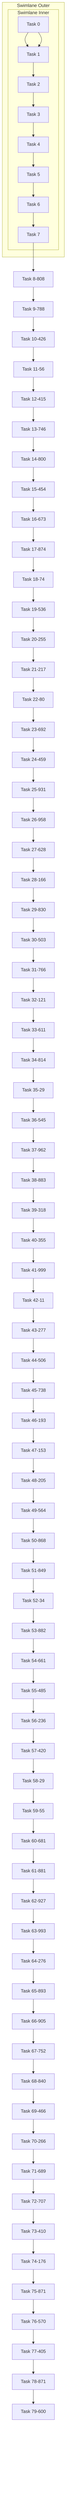
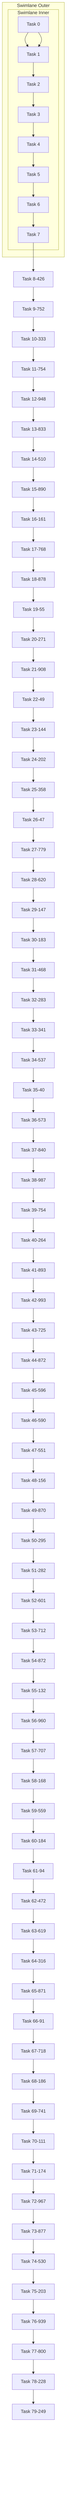
%% generated deterministic stress fixture
flowchart TD
  subgraph OUTER [Swimlane Outer]
    subgraph INNER [Swimlane Inner]
      N0[Task 0]
      N1[Task 1]
      N2[Task 2]
      N3[Task 3]
      N4[Task 4]
      N5[Task 5]
      N6[Task 6]
      N7[Task 7]
    end
  end
-   N8[Task 8-808]
-   N9[Task 9-788]
-   N10[Task 10-426]
-   N11[Task 11-56]
-   N12[Task 12-415]
-   N13[Task 13-746]
-   N14[Task 14-800]
-   N15[Task 15-454]
-   N16[Task 16-673]
-   N17[Task 17-874]
-   N18[Task 18-74]
-   N19[Task 19-536]
-   N20[Task 20-255]
-   N21[Task 21-217]
-   N22[Task 22-80]
-   N23[Task 23-692]
-   N24[Task 24-459]
-   N25[Task 25-931]
-   N26[Task 26-958]
-   N27[Task 27-628]
-   N28[Task 28-166]
-   N29[Task 29-830]
-   N30[Task 30-503]
-   N31[Task 31-766]
-   N32[Task 32-121]
-   N33[Task 33-611]
-   N34[Task 34-814]
-   N35[Task 35-29]
-   N36[Task 36-545]
-   N37[Task 37-962]
-   N38[Task 38-883]
-   N39[Task 39-318]
-   N40[Task 40-355]
-   N41[Task 41-999]
-   N42[Task 42-11]
-   N43[Task 43-277]
-   N44[Task 44-506]
-   N45[Task 45-738]
-   N46[Task 46-193]
-   N47[Task 47-153]
-   N48[Task 48-205]
-   N49[Task 49-564]
-   N50[Task 50-868]
-   N51[Task 51-849]
-   N52[Task 52-34]
-   N53[Task 53-882]
-   N54[Task 54-661]
-   N55[Task 55-485]
-   N56[Task 56-236]
-   N57[Task 57-420]
-   N58[Task 58-29]
-   N59[Task 59-55]
-   N60[Task 60-681]
-   N61[Task 61-881]
-   N62[Task 62-927]
-   N63[Task 63-993]
-   N64[Task 64-276]
-   N65[Task 65-893]
-   N66[Task 66-905]
-   N67[Task 67-752]
-   N68[Task 68-840]
-   N69[Task 69-466]
-   N70[Task 70-266]
-   N71[Task 71-689]
-   N72[Task 72-707]
-   N73[Task 73-410]
-   N74[Task 74-176]
-   N75[Task 75-871]
-   N76[Task 76-570]
-   N77[Task 77-405]
-   N78[Task 78-871]
-   N79[Task 79-600]
+   N8[Task 8-426]
+   N9[Task 9-752]
+   N10[Task 10-333]
+   N11[Task 11-754]
+   N12[Task 12-948]
+   N13[Task 13-833]
+   N14[Task 14-510]
+   N15[Task 15-890]
+   N16[Task 16-161]
+   N17[Task 17-768]
+   N18[Task 18-878]
+   N19[Task 19-55]
+   N20[Task 20-271]
+   N21[Task 21-908]
+   N22[Task 22-49]
+   N23[Task 23-144]
+   N24[Task 24-202]
+   N25[Task 25-358]
+   N26[Task 26-47]
+   N27[Task 27-779]
+   N28[Task 28-620]
+   N29[Task 29-147]
+   N30[Task 30-183]
+   N31[Task 31-468]
+   N32[Task 32-283]
+   N33[Task 33-341]
+   N34[Task 34-537]
+   N35[Task 35-40]
+   N36[Task 36-573]
+   N37[Task 37-840]
+   N38[Task 38-987]
+   N39[Task 39-754]
+   N40[Task 40-264]
+   N41[Task 41-893]
+   N42[Task 42-993]
+   N43[Task 43-725]
+   N44[Task 44-872]
+   N45[Task 45-596]
+   N46[Task 46-590]
+   N47[Task 47-551]
+   N48[Task 48-156]
+   N49[Task 49-870]
+   N50[Task 50-295]
+   N51[Task 51-282]
+   N52[Task 52-601]
+   N53[Task 53-712]
+   N54[Task 54-872]
+   N55[Task 55-132]
+   N56[Task 56-960]
+   N57[Task 57-707]
+   N58[Task 58-168]
+   N59[Task 59-559]
+   N60[Task 60-184]
+   N61[Task 61-94]
+   N62[Task 62-472]
+   N63[Task 63-619]
+   N64[Task 64-316]
+   N65[Task 65-871]
+   N66[Task 66-91]
+   N67[Task 67-718]
+   N68[Task 68-186]
+   N69[Task 69-741]
+   N70[Task 70-111]
+   N71[Task 71-174]
+   N72[Task 72-967]
+   N73[Task 73-877]
+   N74[Task 74-530]
+   N75[Task 75-203]
+   N76[Task 76-939]
+   N77[Task 77-800]
+   N78[Task 78-228]
+   N79[Task 79-249]
  N0 --> N1
  N1 --> N2
  N2 --> N3
  N3 --> N4
  N4 --> N5
  N5 --> N6
  N6 --> N7
  N7 --> N8
  N8 --> N9
  N9 --> N10
  N10 --> N11
  N11 --> N12
  N12 --> N13
  N13 --> N14
  N14 --> N15
  N15 --> N16
  N16 --> N17
  N17 --> N18
  N18 --> N19
  N19 --> N20
  N20 --> N21
  N21 --> N22
  N22 --> N23
  N23 --> N24
  N24 --> N25
  N25 --> N26
  N26 --> N27
  N27 --> N28
  N28 --> N29
  N29 --> N30
  N30 --> N31
  N31 --> N32
  N32 --> N33
  N33 --> N34
  N34 --> N35
  N35 --> N36
  N36 --> N37
  N37 --> N38
  N38 --> N39
  N39 --> N40
  N40 --> N41
  N41 --> N42
  N42 --> N43
  N43 --> N44
  N44 --> N45
  N45 --> N46
  N46 --> N47
  N47 --> N48
  N48 --> N49
  N49 --> N50
  N50 --> N51
  N51 --> N52
  N52 --> N53
  N53 --> N54
  N54 --> N55
  N55 --> N56
  N56 --> N57
  N57 --> N58
  N58 --> N59
  N59 --> N60
  N60 --> N61
  N61 --> N62
  N62 --> N63
  N63 --> N64
  N64 --> N65
  N65 --> N66
  N66 --> N67
  N67 --> N68
  N68 --> N69
  N69 --> N70
  N70 --> N71
  N71 --> N72
  N72 --> N73
  N73 --> N74
  N74 --> N75
  N75 --> N76
  N76 --> N77
  N77 --> N78
  N78 --> N79
  N0 --> N1
  click N0 href "https://example.com"
  classDef stress fill:#eef,stroke:#335
